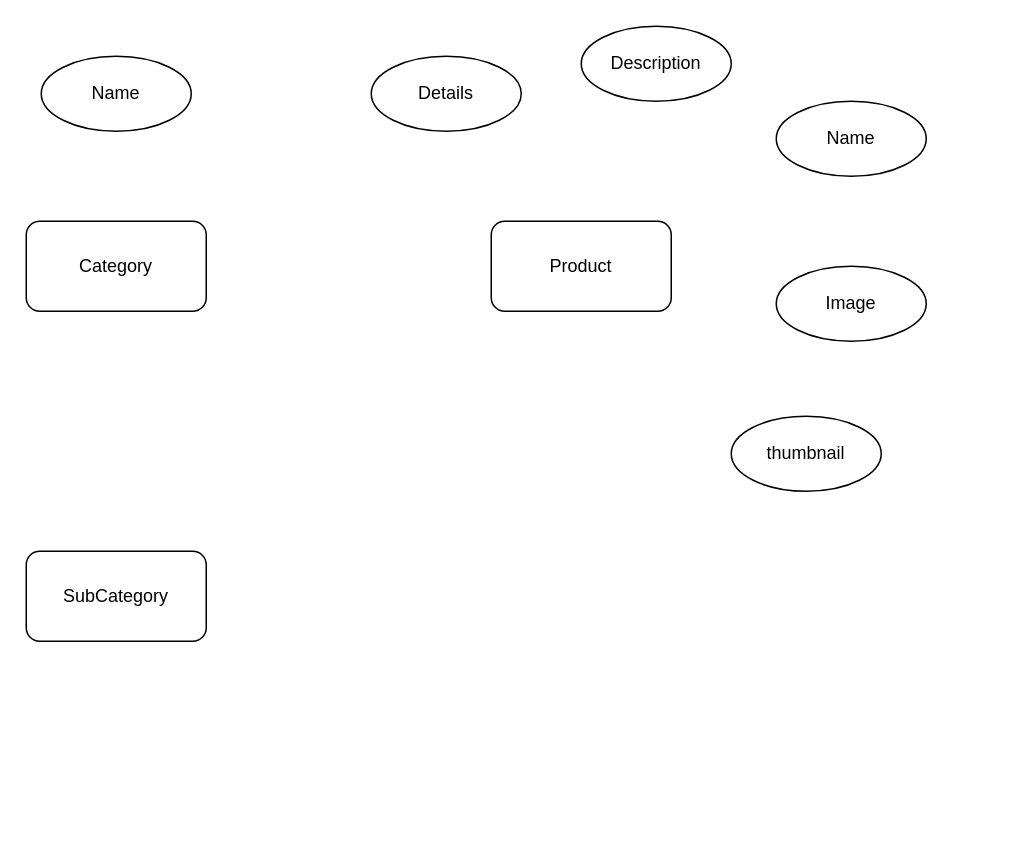
This is diagrams/WEB.drawio from JeeJay23/diagrams, a draw.io file, before an edit. Source tidied: cells renumbered, new cells numbered last; positions are measured from the earlier drawing's top-left corner, leaving out a move shared by most shapes. Both pictures are drawn from the tidied source at 150%, with x=0, y=0 at pixel (26, 26).
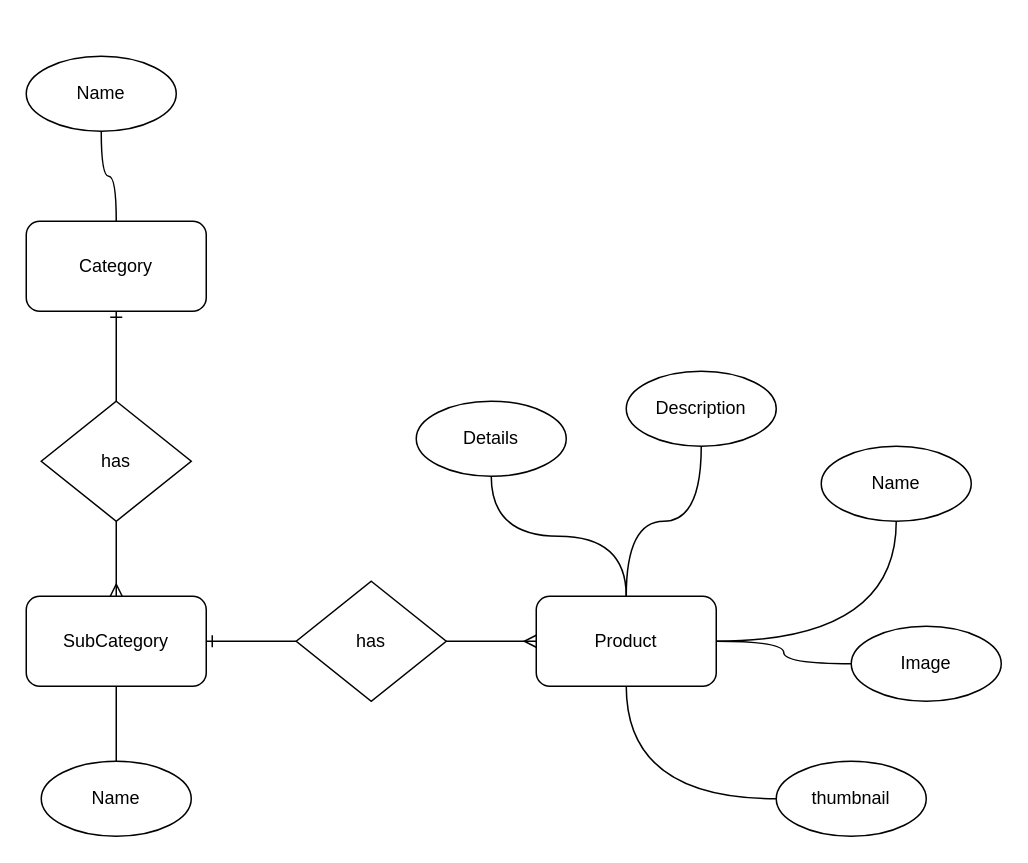
The same diagram, later.

Unchanged cells that the change refers to:
```xml
<mxCell id="7" value="Category" style="rounded=1;whiteSpace=wrap;html=1;" parent="1" vertex="1">
  <mxGeometry y="130" width="120" height="60" as="geometry" />
</mxCell>
```

What changed in the source:
```diff
@@
+    <mxCell id="11" style="edgeStyle=orthogonalEdgeStyle;curved=1;rounded=0;jettySize=auto;html=1;endArrow=none;endFill=0;" parent="1" edge="1" source="2" target="4">
+      <mxGeometry relative="1" as="geometry" />
+    </mxCell>
+    <mxCell id="12" style="edgeStyle=orthogonalEdgeStyle;curved=1;rounded=0;jettySize=auto;html=1;endArrow=none;endFill=0;" parent="1" edge="1" source="2" target="3">
+      <mxGeometry relative="1" as="geometry" />
+    </mxCell>
+    <mxCell id="13" style="edgeStyle=orthogonalEdgeStyle;curved=1;rounded=0;jettySize=auto;html=1;endArrow=none;endFill=0;" parent="1" edge="1" source="2" target="9">
+      <mxGeometry relative="1" as="geometry" />
+    </mxCell>
     <mxCell id="2" value="Product" style="rounded=1;whiteSpace=wrap;html=1;" parent="1" vertex="1">
-      <mxGeometry x="310" y="130" width="120" height="60" as="geometry" />
+      <mxGeometry x="340" y="380" width="120" height="60" as="geometry" />
     </mxCell>
     <mxCell id="3" value="Description" style="ellipse;whiteSpace=wrap;html=1;" parent="1" vertex="1">
-      <mxGeometry x="370" width="100" height="50" as="geometry" />
+      <mxGeometry x="400" y="230" width="100" height="50" as="geometry" />
     </mxCell>
     <mxCell id="4" value="Details" style="ellipse;whiteSpace=wrap;html=1;" parent="1" vertex="1">
-      <mxGeometry x="230" y="20" width="100" height="50" as="geometry" />
+      <mxGeometry x="260" y="250" width="100" height="50" as="geometry" />
     </mxCell>
+    <mxCell id="14" style="edgeStyle=orthogonalEdgeStyle;curved=1;rounded=0;jettySize=auto;html=1;endArrow=none;endFill=0;" parent="1" edge="1" source="5" target="2">
+      <mxGeometry relative="1" as="geometry" />
+    </mxCell>
     <mxCell id="5" value="Image" style="ellipse;whiteSpace=wrap;html=1;" parent="1" vertex="1">
-      <mxGeometry x="500" y="160" width="100" height="50" as="geometry" />
+      <mxGeometry x="550" y="400" width="100" height="50" as="geometry" />
     </mxCell>
+    <mxCell id="15" style="edgeStyle=orthogonalEdgeStyle;curved=1;rounded=0;jettySize=auto;html=1;endArrow=none;endFill=0;" parent="1" edge="1" source="6" target="2">
+      <mxGeometry relative="1" as="geometry" />
+    </mxCell>
     <mxCell id="6" value="thumbnail" style="ellipse;whiteSpace=wrap;html=1;" parent="1" vertex="1">
-      <mxGeometry x="470" y="260" width="100" height="50" as="geometry" />
+      <mxGeometry x="500" y="490" width="100" height="50" as="geometry" />
     </mxCell>
+    <mxCell id="16" style="edgeStyle=orthogonalEdgeStyle;rounded=0;jettySize=auto;html=1;endArrow=none;endFill=0;curved=1;" parent="1" edge="1" source="7" target="8">
+      <mxGeometry relative="1" as="geometry" />
+    </mxCell>
@@
     <mxCell id="8" value="Name" style="ellipse;whiteSpace=wrap;html=1;" parent="1" vertex="1">
-      <mxGeometry x="10" y="20" width="100" height="50" as="geometry" />
+      <mxGeometry y="20" width="100" height="50" as="geometry" />
     </mxCell>
     <mxCell id="9" value="Name" style="ellipse;whiteSpace=wrap;html=1;" parent="1" vertex="1">
-      <mxGeometry x="500" y="50" width="100" height="50" as="geometry" />
+      <mxGeometry x="530" y="280" width="100" height="50" as="geometry" />
     </mxCell>
+    <mxCell id="17" style="edgeStyle=orthogonalEdgeStyle;curved=1;rounded=0;jettySize=auto;html=1;endArrow=none;endFill=0;" parent="1" edge="1" source="10" target="24">
+      <mxGeometry relative="1" as="geometry" />
+    </mxCell>
     <mxCell id="10" value="SubCategory" style="rounded=1;whiteSpace=wrap;html=1;" parent="1" vertex="1">
-      <mxGeometry y="350" width="120" height="60" as="geometry" />
+      <mxGeometry y="380" width="120" height="60" as="geometry" />
     </mxCell>
+    <mxCell id="18" style="edgeStyle=orthogonalEdgeStyle;rounded=0;jettySize=auto;html=1;endArrow=ERmany;endFill=0;" parent="1" edge="1" source="20" target="10">
+      <mxGeometry relative="1" as="geometry" />
+    </mxCell>
+    <mxCell id="19" style="edgeStyle=orthogonalEdgeStyle;rounded=0;jettySize=auto;html=1;endArrow=ERone;endFill=0;" parent="1" edge="1" source="20" target="7">
+      <mxGeometry relative="1" as="geometry" />
+    </mxCell>
+    <mxCell id="20" value="has" style="rhombus;whiteSpace=wrap;html=1;" parent="1" vertex="1">
+      <mxGeometry x="10" y="250" width="100" height="80" as="geometry" />
+    </mxCell>
+    <mxCell id="21" style="edgeStyle=orthogonalEdgeStyle;rounded=0;jettySize=auto;html=1;endArrow=ERmany;endFill=0;" parent="1" edge="1" source="23" target="2">
+      <mxGeometry relative="1" as="geometry" />
+    </mxCell>
+    <mxCell id="22" style="edgeStyle=orthogonalEdgeStyle;rounded=0;jettySize=auto;html=1;endArrow=ERone;endFill=0;" parent="1" edge="1" source="23" target="10">
+      <mxGeometry relative="1" as="geometry" />
+    </mxCell>
+    <mxCell id="23" value="has" style="rhombus;whiteSpace=wrap;html=1;" parent="1" vertex="1">
+      <mxGeometry x="180" y="370" width="100" height="80" as="geometry" />
+    </mxCell>
+    <mxCell id="24" value="Name" style="ellipse;whiteSpace=wrap;html=1;" parent="1" vertex="1">
+      <mxGeometry x="10" y="490" width="100" height="50" as="geometry" />
+    </mxCell>
```
